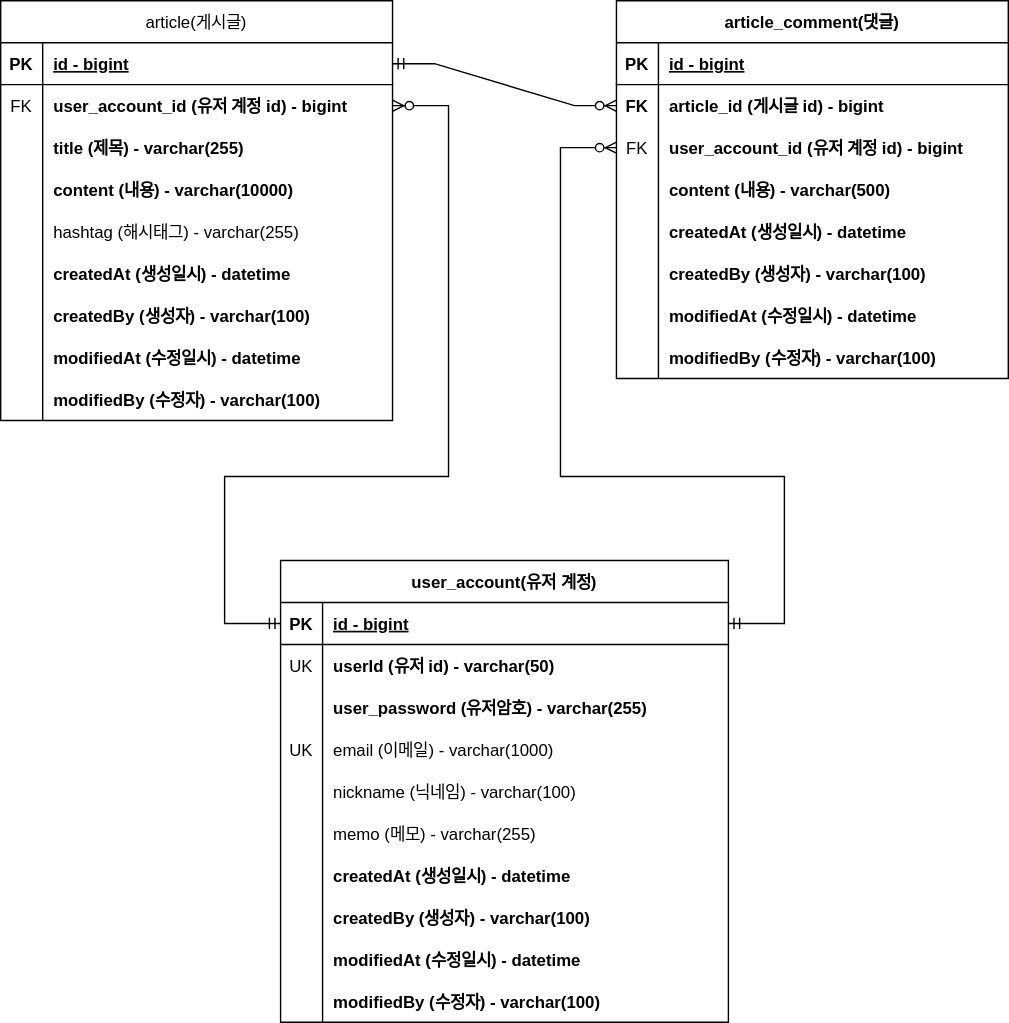
Earlier version of the draw.io export document/project-board-erd.svg (ajs9303/fastcampus-project-board). Source tidied: cells renumbered, new cells last; positions are measured from the earlier drawing's top-left corner, leaving out a move shared by most shapes.
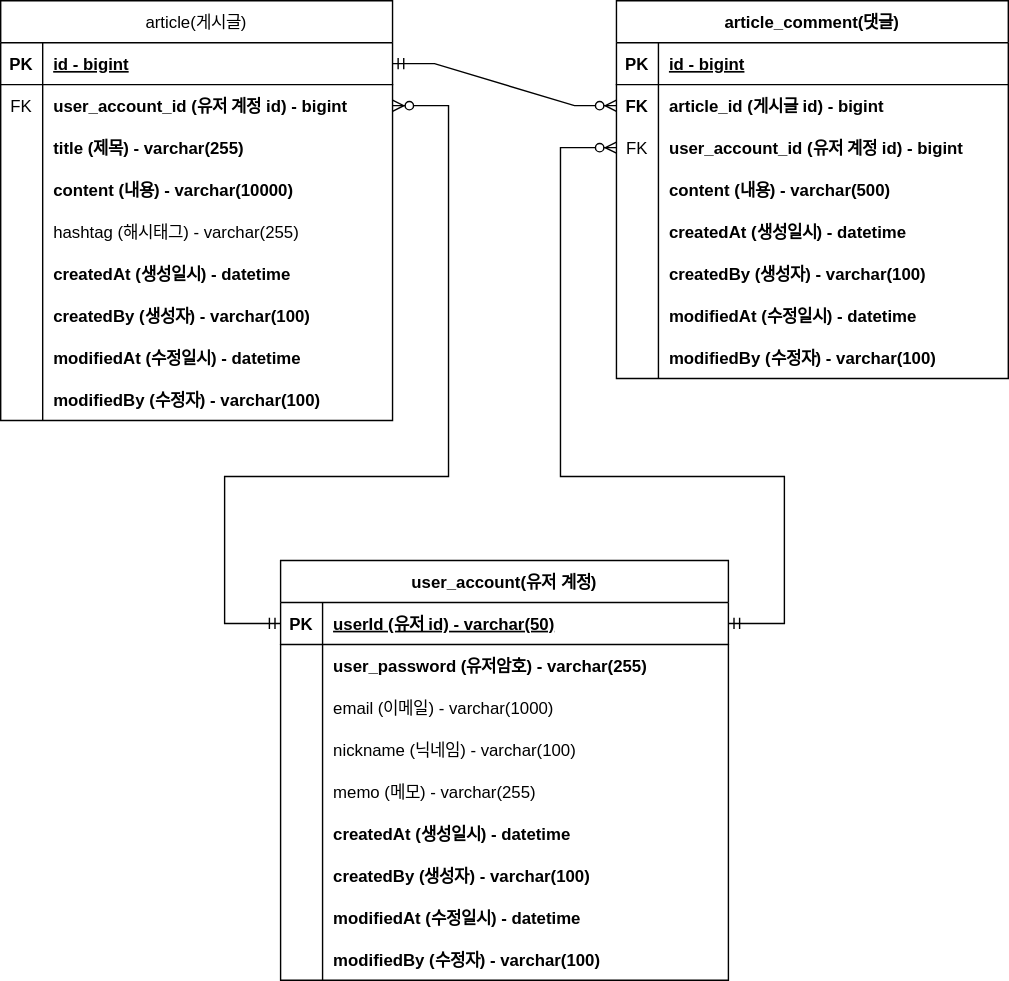
After the commit.

Commit message:
ERD 문서 수정 : 회원 계정 user_id 를 PK로 변경

Change to the diagram source:
```diff
@@ -165,7 +165,7 @@
       <mxGeometry relative="1" as="geometry" />
     </mxCell>
     <mxCell id="56" value="user_account(유저 계정)" style="shape=table;startSize=30;rowLines=0;fontStyle=1;align=center;" parent="1" vertex="1">
-      <mxGeometry x="200" y="400" width="320" height="330" as="geometry" />
+      <mxGeometry x="200" y="400" width="320" height="300" as="geometry" />
     </mxCell>
     <mxCell id="57" style="shape=partialRectangle;fillColor=none;points=[[0,0.5],[1,0.5]];portConstraint=eastwest;top=0;left=0;right=0;bottom=1;" parent="56" vertex="1">
       <mxGeometry y="30" width="320" height="30" as="geometry" />
@@ -173,20 +173,11 @@
     <mxCell id="58" value="PK" style="shape=partialRectangle;overflow=hidden;fillColor=none;top=0;left=0;bottom=0;right=0;fontStyle=1;" parent="57" vertex="1">
       <mxGeometry width="30" height="30" as="geometry" />
     </mxCell>
-    <mxCell id="59" value="id - bigint" style="shape=partialRectangle;overflow=hidden;fillColor=none;top=0;left=0;bottom=0;right=0;align=left;spacingLeft=6;fontStyle=5;" parent="57" vertex="1">
+    <mxCell id="59" value="userId (유저 id) - varchar(50)" style="shape=partialRectangle;overflow=hidden;fillColor=none;top=0;left=0;bottom=0;right=0;align=left;spacingLeft=6;fontStyle=5;" parent="57" vertex="1">
       <mxGeometry x="30" width="290" height="30" as="geometry" />
     </mxCell>
-    <mxCell id="60" style="shape=partialRectangle;fillColor=none;top=0;left=0;right=0;bottom=0;" parent="56" vertex="1">
-      <mxGeometry y="60" width="320" height="30" as="geometry" />
-    </mxCell>
-    <mxCell id="61" value="UK" style="shape=partialRectangle;overflow=hidden;fillColor=none;top=0;left=0;bottom=0;right=0;" parent="60" vertex="1">
-      <mxGeometry width="30" height="30" as="geometry" />
-    </mxCell>
-    <mxCell id="62" value="userId (유저 id) - varchar(50)" style="shape=partialRectangle;overflow=hidden;fillColor=none;top=0;left=0;bottom=0;right=0;align=left;spacingLeft=6;fontStyle=1;" parent="60" vertex="1">
-      <mxGeometry x="30" width="290" height="30" as="geometry" />
-    </mxCell>
     <mxCell id="63" style="shape=partialRectangle;fillColor=none;top=0;left=0;right=0;bottom=0;" parent="56" vertex="1">
-      <mxGeometry y="90" width="320" height="30" as="geometry" />
+      <mxGeometry y="60" width="320" height="30" as="geometry" />
     </mxCell>
     <mxCell id="64" style="shape=partialRectangle;overflow=hidden;fillColor=none;top=0;left=0;bottom=0;right=0;" parent="63" vertex="1">
       <mxGeometry width="30" height="30" as="geometry" />
@@ -195,16 +186,16 @@
       <mxGeometry x="30" width="290" height="30" as="geometry" />
     </mxCell>
     <mxCell id="66" style="shape=partialRectangle;fillColor=none;top=0;left=0;right=0;bottom=0;" parent="56" vertex="1">
-      <mxGeometry y="120" width="320" height="30" as="geometry" />
+      <mxGeometry y="90" width="320" height="30" as="geometry" />
     </mxCell>
-    <mxCell id="67" value="UK" style="shape=partialRectangle;overflow=hidden;fillColor=none;top=0;left=0;bottom=0;right=0;" parent="66" vertex="1">
+    <mxCell id="67" style="shape=partialRectangle;overflow=hidden;fillColor=none;top=0;left=0;bottom=0;right=0;" parent="66" vertex="1">
       <mxGeometry width="30" height="30" as="geometry" />
     </mxCell>
     <mxCell id="68" value="email (이메일) - varchar(1000)" style="shape=partialRectangle;overflow=hidden;fillColor=none;top=0;left=0;bottom=0;right=0;align=left;spacingLeft=6;fontStyle=0;" parent="66" vertex="1">
       <mxGeometry x="30" width="290" height="30" as="geometry" />
     </mxCell>
     <mxCell id="69" style="shape=partialRectangle;fillColor=none;top=0;left=0;right=0;bottom=0;" parent="56" vertex="1">
-      <mxGeometry y="150" width="320" height="30" as="geometry" />
+      <mxGeometry y="120" width="320" height="30" as="geometry" />
     </mxCell>
     <mxCell id="70" style="shape=partialRectangle;overflow=hidden;fillColor=none;top=0;left=0;bottom=0;right=0;" parent="69" vertex="1">
       <mxGeometry width="30" height="30" as="geometry" />
@@ -213,7 +204,7 @@
       <mxGeometry x="30" width="290" height="30" as="geometry" />
     </mxCell>
     <mxCell id="72" style="shape=partialRectangle;fillColor=none;top=0;left=0;right=0;bottom=0;" parent="56" vertex="1">
-      <mxGeometry y="180" width="320" height="30" as="geometry" />
+      <mxGeometry y="150" width="320" height="30" as="geometry" />
     </mxCell>
     <mxCell id="73" style="shape=partialRectangle;overflow=hidden;fillColor=none;top=0;left=0;bottom=0;right=0;" parent="72" vertex="1">
       <mxGeometry width="30" height="30" as="geometry" />
@@ -222,7 +213,7 @@
       <mxGeometry x="30" width="290" height="30" as="geometry" />
     </mxCell>
     <mxCell id="75" style="shape=partialRectangle;fillColor=none;top=0;left=0;right=0;bottom=0;" parent="56" vertex="1">
-      <mxGeometry y="210" width="320" height="30" as="geometry" />
+      <mxGeometry y="180" width="320" height="30" as="geometry" />
     </mxCell>
     <mxCell id="76" style="shape=partialRectangle;overflow=hidden;fillColor=none;top=0;left=0;bottom=0;right=0;" parent="75" vertex="1">
       <mxGeometry width="30" height="30" as="geometry" />
@@ -231,7 +222,7 @@
       <mxGeometry x="30" width="290" height="30" as="geometry" />
     </mxCell>
     <mxCell id="78" style="shape=partialRectangle;fillColor=none;top=0;left=0;right=0;bottom=0;" parent="56" vertex="1">
-      <mxGeometry y="240" width="320" height="30" as="geometry" />
+      <mxGeometry y="210" width="320" height="30" as="geometry" />
     </mxCell>
     <mxCell id="79" style="shape=partialRectangle;overflow=hidden;fillColor=none;top=0;left=0;bottom=0;right=0;" parent="78" vertex="1">
       <mxGeometry width="30" height="30" as="geometry" />
@@ -240,7 +231,7 @@
       <mxGeometry x="30" width="290" height="30" as="geometry" />
     </mxCell>
     <mxCell id="81" style="shape=partialRectangle;fillColor=none;top=0;left=0;right=0;bottom=0;" parent="56" vertex="1">
-      <mxGeometry y="270" width="320" height="30" as="geometry" />
+      <mxGeometry y="240" width="320" height="30" as="geometry" />
     </mxCell>
     <mxCell id="82" style="shape=partialRectangle;overflow=hidden;fillColor=none;top=0;left=0;bottom=0;right=0;" parent="81" vertex="1">
       <mxGeometry width="30" height="30" as="geometry" />
@@ -249,7 +240,7 @@
       <mxGeometry x="30" width="290" height="30" as="geometry" />
     </mxCell>
     <mxCell id="84" style="shape=partialRectangle;fillColor=none;top=0;left=0;right=0;bottom=0;" parent="56" vertex="1">
-      <mxGeometry y="300" width="320" height="30" as="geometry" />
+      <mxGeometry y="270" width="320" height="30" as="geometry" />
     </mxCell>
     <mxCell id="85" style="shape=partialRectangle;overflow=hidden;fillColor=none;top=0;left=0;bottom=0;right=0;" parent="84" vertex="1">
       <mxGeometry width="30" height="30" as="geometry" />
```
